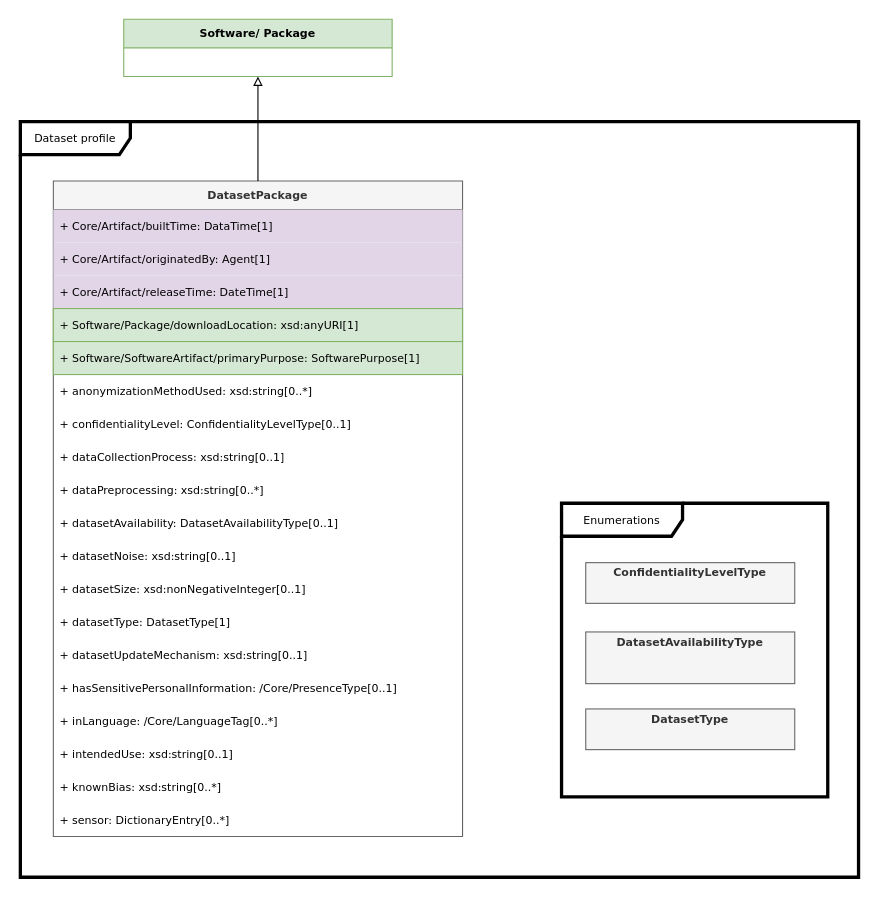
The draw.io diagram page "Dataset" (6 of 13) of docs/model.drawio in boschglobal/spdx-3-model, before the edit. Source tidied: cells renumbered, new cells numbered last; positions are measured from the earlier drawing's top-left corner, leaving out a move shared by most shapes. Both pictures are drawn from the tidied source at 110%, with x=0, y=0 at pixel (20, 19).
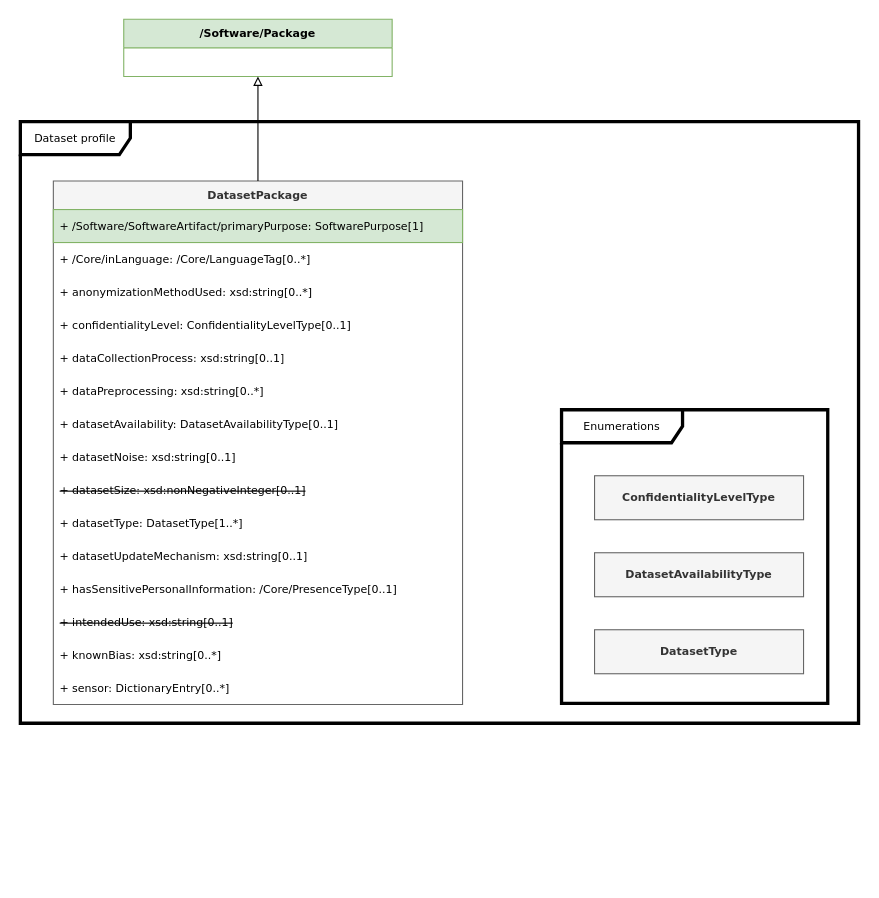
The same page after the edit.

The edit, as a diff of the source:
```diff
@@
-    <mxCell id="2" value="Software/ Package" style="swimlane;fontStyle=1;horizontal=1;startSize=26;fillColor=#d5e8d4;strokeColor=#82b366;fontFamily=Verdana;fontSize=10;" parent="1" vertex="1">
+    <mxCell id="2" value="/Software/Package" style="swimlane;fontStyle=1;horizontal=1;startSize=26;fillColor=#d5e8d4;strokeColor=#82b366;fontFamily=Verdana;fontSize=10;" parent="1" vertex="1">
       <mxGeometry x="94" width="244" height="52" as="geometry" />
     </mxCell>
     <mxCell id="3" value="Dataset profile" style="shape=umlFrame;whiteSpace=wrap;html=1;width=100;height=30;strokeWidth=3;fontFamily=Verdana;fontSize=10;" parent="1" vertex="1">
-      <mxGeometry y="93" width="762" height="687" as="geometry" />
+      <mxGeometry y="93" width="762" height="547" as="geometry" />
     </mxCell>
     <mxCell id="4" value="DatasetPackage" style="swimlane;fontStyle=1;horizontal=1;startSize=26;fillColor=#f5f5f5;strokeColor=#666666;fontColor=#333333;fontFamily=Verdana;fontSize=10;" parent="1" vertex="1">
-      <mxGeometry x="30" y="147" width="372" height="596" as="geometry" />
+      <mxGeometry x="30" y="147" width="372" height="476" as="geometry" />
     </mxCell>
-    <mxCell id="5" value="+ Core/Artifact/builtTime: DataTime[1]" style="text;strokeColor=none;fillColor=#E1D5E7;align=left;verticalAlign=middle;spacingLeft=4;spacingRight=4;overflow=hidden;whiteSpace=wrap;html=1;fontFamily=Verdana;fontSize=10;" parent="4" vertex="1">
-      <mxGeometry y="26" width="372" height="30" as="geometry" />
-    </mxCell>
-    <mxCell id="6" value="+ Core/Artifact/originatedBy: Agent[1]" style="text;strokeColor=none;fillColor=#E1D5E7;align=left;verticalAlign=middle;spacingLeft=4;spacingRight=4;overflow=hidden;whiteSpace=wrap;html=1;fontFamily=Verdana;fontSize=10;" parent="4" vertex="1">
-      <mxGeometry y="56" width="372" height="30" as="geometry" />
-    </mxCell>
-    <mxCell id="7" value="+ Core/Artifact/releaseTime: DateTime[1]" style="text;strokeColor=none;fillColor=#E1D5E7;align=left;verticalAlign=middle;spacingLeft=4;spacingRight=4;overflow=hidden;whiteSpace=wrap;html=1;fontFamily=Verdana;fontSize=10;" parent="4" vertex="1">
-      <mxGeometry y="86" width="372" height="30" as="geometry" />
-    </mxCell>
-    <mxCell id="8" value="+ Software/Package/downloadLocation: xsd:anyURI[1]" style="text;strokeColor=#82b366;fillColor=#d5e8d4;align=left;verticalAlign=middle;spacingLeft=4;spacingRight=4;overflow=hidden;whiteSpace=wrap;html=1;fontFamily=Verdana;fontSize=10;" parent="4" vertex="1">
-      <mxGeometry y="116" width="372" height="30" as="geometry" />
-    </mxCell>
-    <mxCell id="9" value="+ Software/SoftwareArtifact/primaryPurpose: SoftwarePurpose[1]" style="text;strokeColor=#82b366;fillColor=#d5e8d4;align=left;verticalAlign=middle;spacingLeft=4;spacingRight=4;overflow=hidden;whiteSpace=wrap;html=1;fontFamily=Verdana;fontSize=10;" parent="4" vertex="1">
-      <mxGeometry y="146" width="372" height="30" as="geometry" />
+    <mxCell id="9" value="+ /Software/SoftwareArtifact/primaryPurpose: SoftwarePurpose[1]" style="text;strokeColor=#82b366;fillColor=#d5e8d4;align=left;verticalAlign=middle;spacingLeft=4;spacingRight=4;overflow=hidden;whiteSpace=wrap;html=1;fontFamily=Verdana;fontSize=10;" parent="4" vertex="1">
+      <mxGeometry y="26" width="372" height="30" as="geometry" />
     </mxCell>
+    <mxCell id="20" value="+ /Core/inLanguage:&amp;nbsp;/Core/LanguageTag[0..*]" style="text;strokeColor=none;fillColor=none;align=left;verticalAlign=middle;spacingLeft=4;spacingRight=4;overflow=hidden;whiteSpace=wrap;html=1;fontFamily=Verdana;fontSize=10;" parent="4" vertex="1">
+      <mxGeometry y="56" width="372" height="30" as="geometry" />
+    </mxCell>
     <mxCell id="10" value="+ anonymizationMethodUsed: xsd:string[0..*]" style="text;strokeColor=none;fillColor=none;align=left;verticalAlign=middle;spacingLeft=4;spacingRight=4;overflow=hidden;whiteSpace=wrap;html=1;fontFamily=Verdana;fontSize=10;" parent="4" vertex="1">
-      <mxGeometry y="176" width="372" height="30" as="geometry" />
+      <mxGeometry y="86" width="372" height="30" as="geometry" />
     </mxCell>
     <mxCell id="11" value="+ confidentialityLevel: ConfidentialityLevelType[0..1]" style="text;strokeColor=none;fillColor=none;align=left;verticalAlign=middle;spacingLeft=4;spacingRight=4;overflow=hidden;whiteSpace=wrap;html=1;fontFamily=Verdana;fontSize=10;" parent="4" vertex="1">
-      <mxGeometry y="206" width="372" height="30" as="geometry" />
+      <mxGeometry y="116" width="372" height="30" as="geometry" />
     </mxCell>
     <mxCell id="12" value="+ dataCollectionProcess: xsd:string[0..1]" style="text;strokeColor=none;fillColor=none;align=left;verticalAlign=middle;spacingLeft=4;spacingRight=4;overflow=hidden;whiteSpace=wrap;html=1;fontFamily=Verdana;fontSize=10;" parent="4" vertex="1">
-      <mxGeometry y="236" width="372" height="30" as="geometry" />
+      <mxGeometry y="146" width="372" height="30" as="geometry" />
     </mxCell>
     <mxCell id="13" value="+ dataPreprocessing: xsd:string[0..*]" style="text;strokeColor=none;fillColor=none;align=left;verticalAlign=middle;spacingLeft=4;spacingRight=4;overflow=hidden;whiteSpace=wrap;html=1;fontFamily=Verdana;fontSize=10;" parent="4" vertex="1">
-      <mxGeometry y="266" width="372" height="30" as="geometry" />
+      <mxGeometry y="176" width="372" height="30" as="geometry" />
     </mxCell>
     <mxCell id="14" value="+ datasetAvailability: DatasetAvailabilityType[0..1]" style="text;strokeColor=none;fillColor=none;align=left;verticalAlign=middle;spacingLeft=4;spacingRight=4;overflow=hidden;whiteSpace=wrap;html=1;fontFamily=Verdana;fontSize=10;" parent="4" vertex="1">
-      <mxGeometry y="296" width="372" height="30" as="geometry" />
+      <mxGeometry y="206" width="372" height="30" as="geometry" />
     </mxCell>
     <mxCell id="15" value="+ datasetNoise: xsd:string[0..1]" style="text;strokeColor=none;fillColor=none;align=left;verticalAlign=middle;spacingLeft=4;spacingRight=4;overflow=hidden;whiteSpace=wrap;html=1;fontFamily=Verdana;fontSize=10;" parent="4" vertex="1">
-      <mxGeometry y="326" width="372" height="30" as="geometry" />
+      <mxGeometry y="236" width="372" height="30" as="geometry" />
     </mxCell>
-    <mxCell id="16" value="+ datasetSize: xsd:nonNegativeInteger[0..1]" style="text;strokeColor=none;fillColor=none;align=left;verticalAlign=middle;spacingLeft=4;spacingRight=4;overflow=hidden;whiteSpace=wrap;html=1;fontFamily=Verdana;fontSize=10;" parent="4" vertex="1">
-      <mxGeometry y="356" width="372" height="30" as="geometry" />
+    <mxCell id="16" value="&lt;strike&gt;+ datasetSize: xsd:nonNegativeInteger[0..1]&lt;/strike&gt;" style="text;strokeColor=none;fillColor=none;align=left;verticalAlign=middle;spacingLeft=4;spacingRight=4;overflow=hidden;whiteSpace=wrap;html=1;fontFamily=Verdana;fontSize=10;" parent="4" vertex="1">
+      <mxGeometry y="266" width="372" height="30" as="geometry" />
     </mxCell>
-    <mxCell id="17" value="+ datasetType: DatasetType[1]" style="text;strokeColor=none;fillColor=none;align=left;verticalAlign=middle;spacingLeft=4;spacingRight=4;overflow=hidden;whiteSpace=wrap;html=1;fontFamily=Verdana;fontSize=10;" parent="4" vertex="1">
-      <mxGeometry y="386" width="372" height="30" as="geometry" />
+    <mxCell id="17" value="+ datasetType: DatasetType[1..*]" style="text;strokeColor=none;fillColor=none;align=left;verticalAlign=middle;spacingLeft=4;spacingRight=4;overflow=hidden;whiteSpace=wrap;html=1;fontFamily=Verdana;fontSize=10;" parent="4" vertex="1">
+      <mxGeometry y="296" width="372" height="30" as="geometry" />
     </mxCell>
     <mxCell id="18" value="+ datasetUpdateMechanism: xsd:string[0..1]" style="text;strokeColor=none;fillColor=none;align=left;verticalAlign=middle;spacingLeft=4;spacingRight=4;overflow=hidden;whiteSpace=wrap;html=1;fontFamily=Verdana;fontSize=10;" parent="4" vertex="1">
-      <mxGeometry y="416" width="372" height="30" as="geometry" />
+      <mxGeometry y="326" width="372" height="30" as="geometry" />
     </mxCell>
     <mxCell id="19" value="+ hasSensitivePersonalInformation: /Core/PresenceType[0..1]" style="text;strokeColor=none;fillColor=none;align=left;verticalAlign=middle;spacingLeft=4;spacingRight=4;overflow=hidden;whiteSpace=wrap;html=1;fontFamily=Verdana;fontSize=10;" parent="4" vertex="1">
-      <mxGeometry y="446" width="372" height="30" as="geometry" />
+      <mxGeometry y="356" width="372" height="30" as="geometry" />
     </mxCell>
-    <mxCell id="20" value="+ inLanguage:&amp;nbsp;/Core/LanguageTag[0..*]" style="text;strokeColor=none;fillColor=none;align=left;verticalAlign=middle;spacingLeft=4;spacingRight=4;overflow=hidden;whiteSpace=wrap;html=1;fontFamily=Verdana;fontSize=10;" parent="4" vertex="1">
-      <mxGeometry y="476" width="372" height="30" as="geometry" />
-    </mxCell>
-    <mxCell id="21" value="+ intendedUse: xsd:string[0..1]" style="text;strokeColor=none;fillColor=none;align=left;verticalAlign=middle;spacingLeft=4;spacingRight=4;overflow=hidden;whiteSpace=wrap;html=1;fontFamily=Verdana;fontSize=10;" parent="4" vertex="1">
-      <mxGeometry y="506" width="372" height="30" as="geometry" />
+    <mxCell id="21" value="&lt;strike&gt;+ intendedUse: xsd:string[0..1]&lt;/strike&gt;" style="text;strokeColor=none;fillColor=none;align=left;verticalAlign=middle;spacingLeft=4;spacingRight=4;overflow=hidden;whiteSpace=wrap;html=1;fontFamily=Verdana;fontSize=10;" parent="4" vertex="1">
+      <mxGeometry y="386" width="372" height="30" as="geometry" />
     </mxCell>
     <mxCell id="22" value="+ knownBias: xsd:string[0..*]" style="text;strokeColor=none;fillColor=none;align=left;verticalAlign=middle;spacingLeft=4;spacingRight=4;overflow=hidden;whiteSpace=wrap;html=1;fontFamily=Verdana;fontSize=10;" parent="4" vertex="1">
-      <mxGeometry y="536" width="372" height="30" as="geometry" />
+      <mxGeometry y="416" width="372" height="30" as="geometry" />
     </mxCell>
     <mxCell id="23" value="+ sensor: DictionaryEntry[0..*]" style="text;strokeColor=none;fillColor=none;align=left;verticalAlign=middle;spacingLeft=4;spacingRight=4;overflow=hidden;whiteSpace=wrap;html=1;fontFamily=Verdana;fontSize=10;" parent="4" vertex="1">
-      <mxGeometry y="566" width="372" height="30" as="geometry" />
+      <mxGeometry y="446" width="372" height="30" as="geometry" />
     </mxCell>
@@
+    <mxCell id="29" style="group;" parent="1" vertex="1">
+      <mxGeometry x="492" y="355" width="242" height="267" as="geometry" />
+    </mxCell>
-    <mxCell id="25" value="Enumerations" style="shape=umlFrame;whiteSpace=wrap;html=1;width=110;height=30;strokeWidth=3;fontFamily=Verdana;fontSize=10;fontStyle=0;" parent="1" vertex="1">
-      <mxGeometry x="492" y="440" width="242" height="267" as="geometry" />
+    <mxCell id="25" value="Enumerations" style="shape=umlFrame;whiteSpace=wrap;html=1;width=110;height=30;strokeWidth=3;fontFamily=Verdana;fontSize=10;fontStyle=0;" parent="29" vertex="1">
+      <mxGeometry width="242" height="267" as="geometry" />
     </mxCell>
-    <mxCell id="26" value="&lt;p style=&quot;margin: 4px 0px 0px; text-align: center;&quot;&gt;&lt;b&gt;ConfidentialityLevelType&lt;/b&gt;&lt;/p&gt;" style="verticalAlign=top;align=left;overflow=fill;fontSize=10;fontFamily=Verdana;html=1;fillColor=#f5f5f5;strokeColor=#666666;fontColor=#333333;fontStyle=0;" parent="1" vertex="1">
-      <mxGeometry x="514" y="494" width="190" height="37" as="geometry" />
+    <mxCell id="26" value="&lt;p style=&quot;margin: 4px 0px 0px; text-align: center; padding-top: 10px;&quot;&gt;&lt;b&gt;ConfidentialityLevelType&lt;/b&gt;&lt;/p&gt;" style="verticalAlign=top;align=left;overflow=fill;fontSize=10;fontFamily=Verdana;html=1;fillColor=#f5f5f5;strokeColor=#666666;fontColor=#333333;fontStyle=0;flipH=1;legacyAnchorPoints=0;" parent="29" vertex="1">
+      <mxGeometry x="30" y="60" width="190" height="40" as="geometry" />
     </mxCell>
-    <mxCell id="27" value="&lt;p style=&quot;margin: 4px 0px 0px; text-align: center;&quot;&gt;&lt;b&gt;DatasetAvailabilityType&lt;/b&gt;&lt;/p&gt;&lt;p style=&quot;margin: 0px ; margin-left: 8px&quot;&gt;&lt;br&gt;&lt;/p&gt;&lt;div&gt;&lt;font&gt;&lt;/font&gt;&lt;/div&gt;" style="verticalAlign=top;align=left;overflow=fill;fontSize=10;fontFamily=Verdana;html=1;fillColor=#f5f5f5;strokeColor=#666666;fontColor=#333333;fontStyle=0;" parent="1" vertex="1">
-      <mxGeometry x="514" y="557" width="190" height="47" as="geometry" />
+    <mxCell id="27" value="&lt;p style=&quot;margin: 4px 0px 0px; text-align: center; padding-top: 10px;&quot;&gt;&lt;b&gt;DatasetAvailabilityType&lt;/b&gt;&lt;/p&gt;&lt;div&gt;&lt;font&gt;&lt;/font&gt;&lt;/div&gt;" style="verticalAlign=top;align=left;overflow=fill;fontSize=10;fontFamily=Verdana;html=1;fillColor=#f5f5f5;strokeColor=#666666;fontColor=#333333;fontStyle=0;flipH=1;legacyAnchorPoints=0;" parent="29" vertex="1">
+      <mxGeometry x="30" y="130" width="190" height="40" as="geometry" />
     </mxCell>
-    <mxCell id="28" value="&lt;p style=&quot;margin: 4px 0px 0px; text-align: center;&quot;&gt;&lt;b&gt;DatasetType&lt;/b&gt;&lt;/p&gt;" style="verticalAlign=top;align=left;overflow=fill;fontSize=10;fontFamily=Verdana;html=1;fillColor=#f5f5f5;strokeColor=#666666;fontColor=#333333;fontStyle=0;" parent="1" vertex="1">
-      <mxGeometry x="514" y="627" width="190" height="37" as="geometry" />
+    <mxCell id="28" value="&lt;p style=&quot;margin: 4px 0px 0px; text-align: center; padding-top: 10px;&quot;&gt;&lt;b&gt;DatasetType&lt;/b&gt;&lt;/p&gt;" style="verticalAlign=top;align=left;overflow=fill;fontSize=10;fontFamily=Verdana;html=1;fillColor=#f5f5f5;strokeColor=#666666;fontColor=#333333;fontStyle=0;flipH=1;legacyAnchorPoints=0;" parent="29" vertex="1">
+      <mxGeometry x="30" y="200" width="190" height="40" as="geometry" />
     </mxCell>
```
